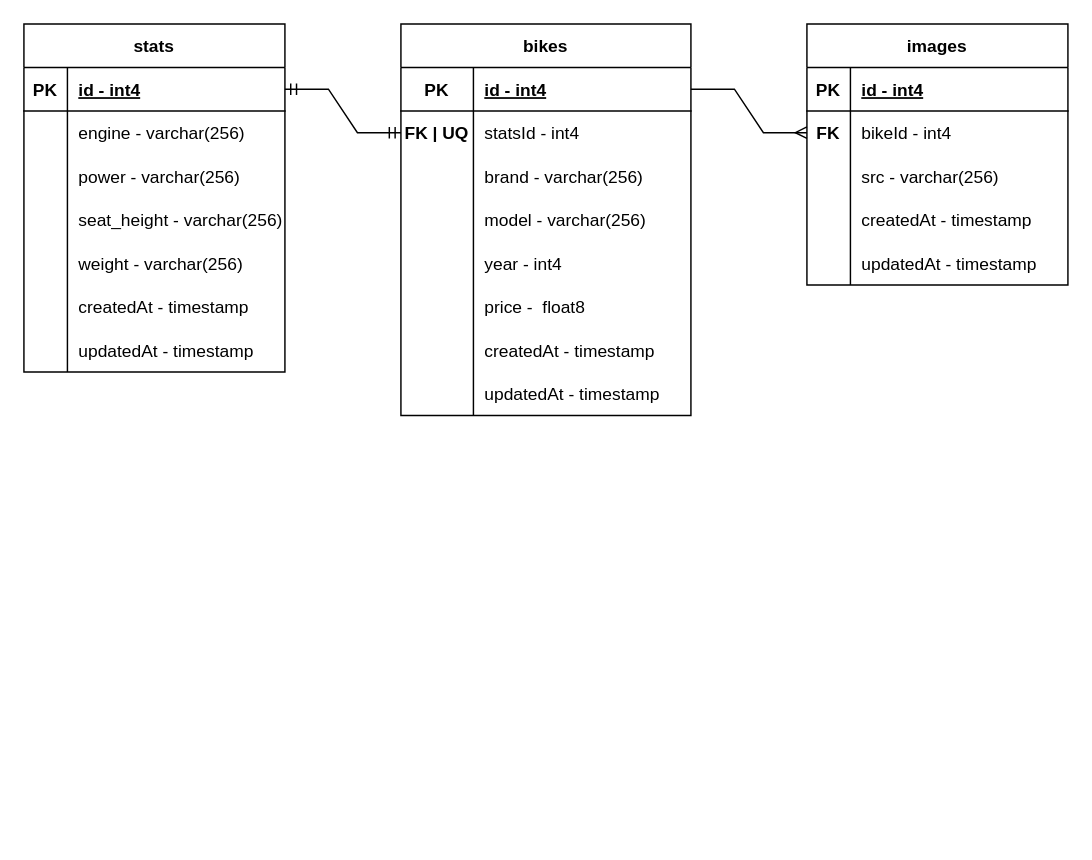
margaritabjerrum/node-express keeps this draw.io diagram as sql/bikes-schema.drawio. Above is the earlier version. Source tidied: cells renumbered, new cells numbered last; positions are measured from the earlier drawing's top-left corner, leaving out a move shared by most shapes. Both pictures are drawn from the tidied source at 145%, with x=0, y=0 at pixel (23, 23).
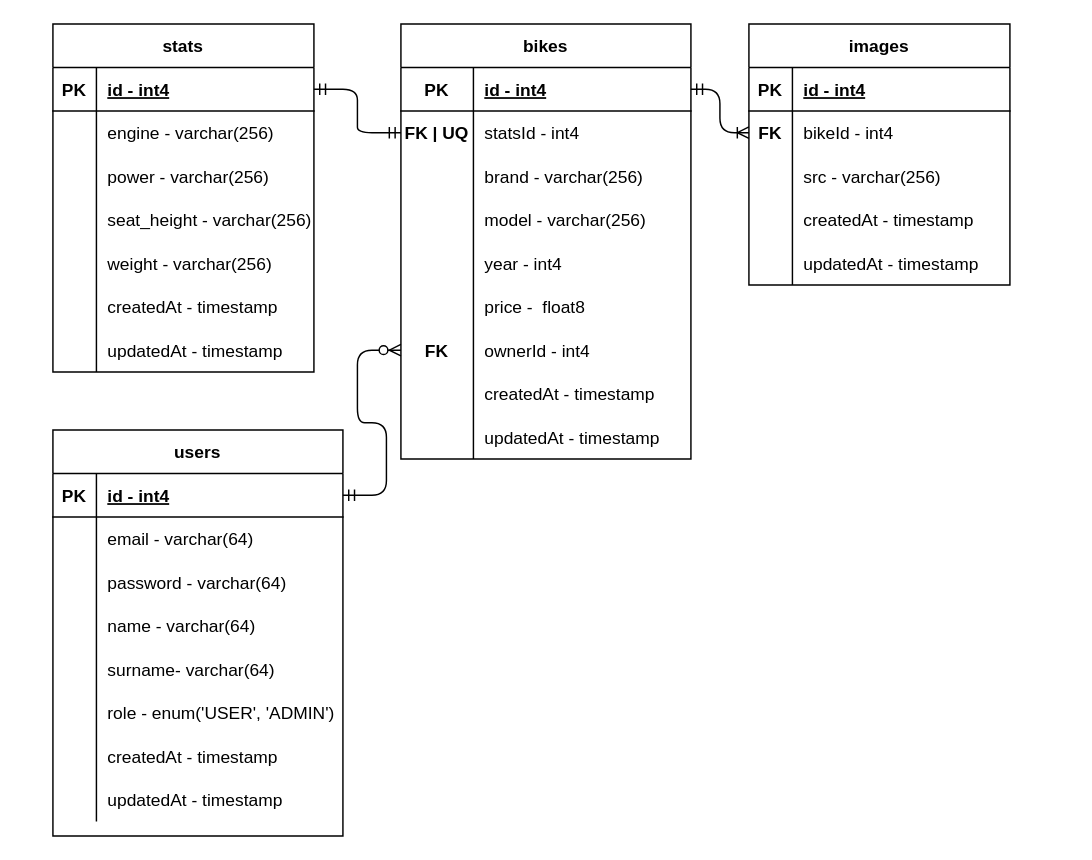
The same diagram, later.

Commit message (it also covers changes not shown here):
feat: added users reference to bikes

Unchanged cells that the change refers to:
```xml
<mxCell id="3" style="shape=tableRow;horizontal=0;startSize=0;swimlaneHead=0;swimlaneBody=0;fillColor=none;points=[[0,0.5],[1,0.5]];portConstraint=eastwest;top=0;left=0;right=0;bottom=1;" parent="2" vertex="1">
  <mxGeometry y="30" width="180" height="30" as="geometry" />
</mxCell>
<mxCell id="28" style="shape=tableRow;horizontal=0;startSize=0;swimlaneHead=0;swimlaneBody=0;fillColor=none;points=[[0,0.5],[1,0.5]];portConstraint=eastwest;top=0;left=0;right=0;bottom=0;" parent="24" vertex="1">
  <mxGeometry y="60" width="180" height="30" as="geometry" />
</mxCell>
<mxCell id="41" style="shape=tableRow;horizontal=0;startSize=0;swimlaneHead=0;swimlaneBody=0;fillColor=none;points=[[0,0.5],[1,0.5]];portConstraint=eastwest;top=0;left=0;right=0;bottom=1;" parent="40" vertex="1">
  <mxGeometry y="30" width="200" height="30" as="geometry" />
</mxCell>
<mxCell id="44" style="shape=tableRow;horizontal=0;startSize=0;swimlaneHead=0;swimlaneBody=0;fillColor=none;points=[[0,0.5],[1,0.5]];portConstraint=eastwest;top=0;left=0;right=0;bottom=0;" parent="40" vertex="1">
  <mxGeometry y="60" width="200" height="30" as="geometry" />
</mxCell>
```

Change to the diagram source:
```diff
@@
     <mxCell id="2" value="stats" style="shape=table;startSize=30;childLayout=tableLayout;rowLines=0;fontStyle=1;align=center;" parent="1" vertex="1">
-      <mxGeometry width="180" height="240" as="geometry" />
+      <mxGeometry x="20" width="180" height="240" as="geometry" />
     </mxCell>
@@
     <mxCell id="24" value="images" style="shape=table;startSize=30;childLayout=tableLayout;rowLines=0;fontStyle=1;align=center;" parent="1" vertex="1">
-      <mxGeometry x="540" width="180" height="180" as="geometry" />
+      <mxGeometry x="500" width="180" height="180" as="geometry" />
     </mxCell>
@@
     <mxCell id="40" value="bikes" style="shape=table;startSize=30;childLayout=tableLayout;rowLines=0;fontStyle=1;align=center;" parent="1" vertex="1">
-      <mxGeometry x="260" width="200" height="270" as="geometry" />
+      <mxGeometry x="260" width="200" height="300" as="geometry" />
     </mxCell>
@@
+    <mxCell id="67" style="shape=tableRow;horizontal=0;startSize=0;swimlaneHead=0;swimlaneBody=0;fillColor=none;top=0;left=0;right=0;bottom=0;" parent="40" vertex="1">
+      <mxGeometry y="210" width="200" height="30" as="geometry" />
+    </mxCell>
+    <mxCell id="68" style="shape=partialRectangle;fillColor=none;top=0;left=0;bottom=0;right=0;overflow=hidden;" parent="67" vertex="1">
+      <mxGeometry width="50" height="30" as="geometry" />
+    </mxCell>
+    <mxCell id="69" value="ownerId - int4" style="shape=partialRectangle;fillColor=none;top=0;left=0;bottom=0;right=0;align=left;spacingLeft=6;overflow=hidden;" parent="67" vertex="1">
+      <mxGeometry x="50" width="150" height="30" as="geometry" />
+    </mxCell>
     <mxCell id="59" style="shape=tableRow;horizontal=0;startSize=0;swimlaneHead=0;swimlaneBody=0;fillColor=none;top=0;left=0;right=0;bottom=0;" parent="40" vertex="1">
-      <mxGeometry y="210" width="200" height="30" as="geometry" />
+      <mxGeometry y="240" width="200" height="30" as="geometry" />
     </mxCell>
@@
     <mxCell id="62" style="shape=tableRow;horizontal=0;startSize=0;swimlaneHead=0;swimlaneBody=0;fillColor=none;top=0;left=0;right=0;bottom=0;" parent="40" vertex="1">
-      <mxGeometry y="240" width="200" height="30" as="geometry" />
+      <mxGeometry y="270" width="200" height="30" as="geometry" />
     </mxCell>
@@
-    <mxCell id="65" style="edgeStyle=entityRelationEdgeStyle;fontSize=12;html=1;endArrow=ERmandOne;startArrow=ERmandOne;rounded=0;" parent="1" edge="1" source="3" target="44">
+    <mxCell id="65" style="edgeStyle=entityRelationEdgeStyle;fontSize=12;html=1;endArrow=ERmandOne;startArrow=ERmandOne;rounded=1;exitX=1;exitY=0.5;exitDx=0;exitDy=0;" parent="1" edge="1" source="3" target="44">
       <mxGeometry relative="1" as="geometry" />
     </mxCell>
-    <mxCell id="66" style="edgeStyle=entityRelationEdgeStyle;fontSize=12;html=1;endArrow=ERmany;rounded=0;" parent="1" edge="1" source="41" target="28">
-      <mxGeometry relative="1" as="geometry" />
-    </mxCell>
+    <mxCell id="70" style="edgeStyle=elbowEdgeStyle;fontSize=12;html=1;endArrow=ERoneToMany;startArrow=ERmandOne;rounded=1;entryX=0;entryY=0.5;entryDx=0;entryDy=0;" parent="1" edge="1" target="28">
+      <mxGeometry relative="1" as="geometry">
+        <mxPoint x="460" y="45" as="sourcePoint" />
+      </mxGeometry>
+    </mxCell>
+    <mxCell id="71" value="users" style="shape=table;startSize=30;childLayout=tableLayout;rowLines=0;fontStyle=1;align=center;" parent="1" vertex="1">
+      <mxGeometry x="20" y="280" width="200" height="280" as="geometry" />
+    </mxCell>
+    <mxCell id="72" style="shape=partialRectangle;fillColor=none;top=0;left=0;bottom=1;right=0;points=[[0,0.5],[1,0.5]];portConstraint=eastwest;" parent="71" vertex="1">
+      <mxGeometry y="30" width="200" height="30" as="geometry" />
+    </mxCell>
+    <mxCell id="73" value="PK" style="shape=partialRectangle;fillColor=none;top=0;left=0;bottom=0;right=0;fontStyle=1;overflow=hidden;" parent="72" vertex="1">
+      <mxGeometry width="30" height="30" as="geometry" />
+    </mxCell>
+    <mxCell id="74" value="id - int4" style="shape=partialRectangle;fillColor=none;top=0;left=0;bottom=0;right=0;align=left;spacingLeft=6;fontStyle=5;overflow=hidden;" parent="72" vertex="1">
+      <mxGeometry x="30" width="170" height="30" as="geometry" />
+    </mxCell>
+    <mxCell id="75" style="shape=partialRectangle;fillColor=none;top=0;left=0;bottom=0;right=0;" parent="71" vertex="1">
+      <mxGeometry y="60" width="200" height="30" as="geometry" />
+    </mxCell>
+    <mxCell id="76" style="shape=partialRectangle;fillColor=none;top=0;left=0;bottom=0;right=0;overflow=hidden;" parent="75" vertex="1">
+      <mxGeometry width="30" height="30" as="geometry" />
+    </mxCell>
+    <mxCell id="77" value="email - varchar(64)" style="shape=partialRectangle;fillColor=none;top=0;left=0;bottom=0;right=0;align=left;spacingLeft=6;overflow=hidden;" parent="75" vertex="1">
+      <mxGeometry x="30" width="170" height="30" as="geometry" />
+    </mxCell>
+    <mxCell id="78" style="shape=partialRectangle;fillColor=none;top=0;left=0;bottom=0;right=0;" parent="71" vertex="1">
+      <mxGeometry y="90" width="200" height="30" as="geometry" />
+    </mxCell>
+    <mxCell id="79" style="shape=partialRectangle;fillColor=none;top=0;left=0;bottom=0;right=0;overflow=hidden;" parent="78" vertex="1">
+      <mxGeometry width="30" height="30" as="geometry" />
+    </mxCell>
+    <mxCell id="80" value="password - varchar(64)" style="shape=partialRectangle;fillColor=none;top=0;left=0;bottom=0;right=0;align=left;spacingLeft=6;overflow=hidden;" parent="78" vertex="1">
+      <mxGeometry x="30" width="170" height="30" as="geometry" />
+    </mxCell>
+    <mxCell id="81" style="shape=partialRectangle;fillColor=none;top=0;left=0;bottom=0;right=0;" parent="71" vertex="1">
+      <mxGeometry y="120" width="200" height="30" as="geometry" />
+    </mxCell>
+    <mxCell id="82" style="shape=partialRectangle;fillColor=none;top=0;left=0;bottom=0;right=0;overflow=hidden;" parent="81" vertex="1">
+      <mxGeometry width="30" height="30" as="geometry" />
+    </mxCell>
+    <mxCell id="83" value="name - varchar(64)" style="shape=partialRectangle;fillColor=none;top=0;left=0;bottom=0;right=0;align=left;spacingLeft=6;overflow=hidden;" parent="81" vertex="1">
+      <mxGeometry x="30" width="170" height="30" as="geometry" />
+    </mxCell>
+    <mxCell id="84" style="shape=partialRectangle;fillColor=none;top=0;left=0;bottom=0;right=0;" parent="71" vertex="1">
+      <mxGeometry y="150" width="200" height="30" as="geometry" />
+    </mxCell>
+    <mxCell id="85" style="shape=partialRectangle;fillColor=none;top=0;left=0;bottom=0;right=0;overflow=hidden;" parent="84" vertex="1">
+      <mxGeometry width="30" height="30" as="geometry" />
+    </mxCell>
+    <mxCell id="86" value="surname- varchar(64)" style="shape=partialRectangle;fillColor=none;top=0;left=0;bottom=0;right=0;align=left;spacingLeft=6;overflow=hidden;" parent="84" vertex="1">
+      <mxGeometry x="30" width="170" height="30" as="geometry" />
+    </mxCell>
+    <mxCell id="87" style="shape=partialRectangle;fillColor=none;top=0;left=0;bottom=0;right=0;" parent="71" vertex="1">
+      <mxGeometry y="180" width="200" height="30" as="geometry" />
+    </mxCell>
+    <mxCell id="88" style="shape=partialRectangle;fillColor=none;top=0;left=0;bottom=0;right=0;overflow=hidden;" parent="87" vertex="1">
+      <mxGeometry width="30" height="30" as="geometry" />
+    </mxCell>
+    <mxCell id="89" value="role - enum('USER', 'ADMIN')" style="shape=partialRectangle;fillColor=none;top=0;left=0;bottom=0;right=0;align=left;spacingLeft=6;overflow=hidden;" parent="87" vertex="1">
+      <mxGeometry x="30" width="170" height="30" as="geometry" />
+    </mxCell>
+    <mxCell id="90" style="shape=partialRectangle;fillColor=none;top=0;left=0;bottom=0;right=0;" parent="71" vertex="1">
+      <mxGeometry y="210" width="200" height="30" as="geometry" />
+    </mxCell>
+    <mxCell id="91" style="shape=partialRectangle;fillColor=none;top=0;left=0;bottom=0;right=0;overflow=hidden;" parent="90" vertex="1">
+      <mxGeometry width="30" height="30" as="geometry" />
+    </mxCell>
+    <mxCell id="92" value="createdAt - timestamp" style="shape=partialRectangle;fillColor=none;top=0;left=0;bottom=0;right=0;align=left;spacingLeft=6;overflow=hidden;" parent="90" vertex="1">
+      <mxGeometry x="30" width="170" height="30" as="geometry" />
+    </mxCell>
+    <mxCell id="93" style="shape=partialRectangle;fillColor=none;top=0;left=0;bottom=0;right=0;" parent="71" vertex="1">
+      <mxGeometry y="240" width="200" height="30" as="geometry" />
+    </mxCell>
+    <mxCell id="94" style="shape=partialRectangle;fillColor=none;top=0;left=0;bottom=0;right=0;overflow=hidden;" parent="93" vertex="1">
+      <mxGeometry width="30" height="30" as="geometry" />
+    </mxCell>
+    <mxCell id="95" value="updatedAt - timestamp" style="shape=partialRectangle;fillColor=none;top=0;left=0;bottom=0;right=0;align=left;spacingLeft=6;overflow=hidden;" parent="93" vertex="1">
+      <mxGeometry x="30" width="170" height="30" as="geometry" />
+    </mxCell>
+    <mxCell id="96" value="FK" style="shape=partialRectangle;fillColor=none;top=0;left=0;bottom=0;right=0;fontStyle=1;overflow=hidden;" parent="1" vertex="1">
+      <mxGeometry x="260" y="210" width="50" height="30" as="geometry" />
+    </mxCell>
+    <mxCell id="97" style="edgeStyle=entityRelationEdgeStyle;fontSize=12;html=1;endArrow=ERzeroToMany;startArrow=ERmandOne;exitX=1;exitY=0.5;exitDx=0;exitDy=0;" parent="1" edge="1" source="72">
+      <mxGeometry relative="1" as="geometry">
+        <mxPoint x="260" y="225" as="targetPoint" />
+      </mxGeometry>
+    </mxCell>
```
